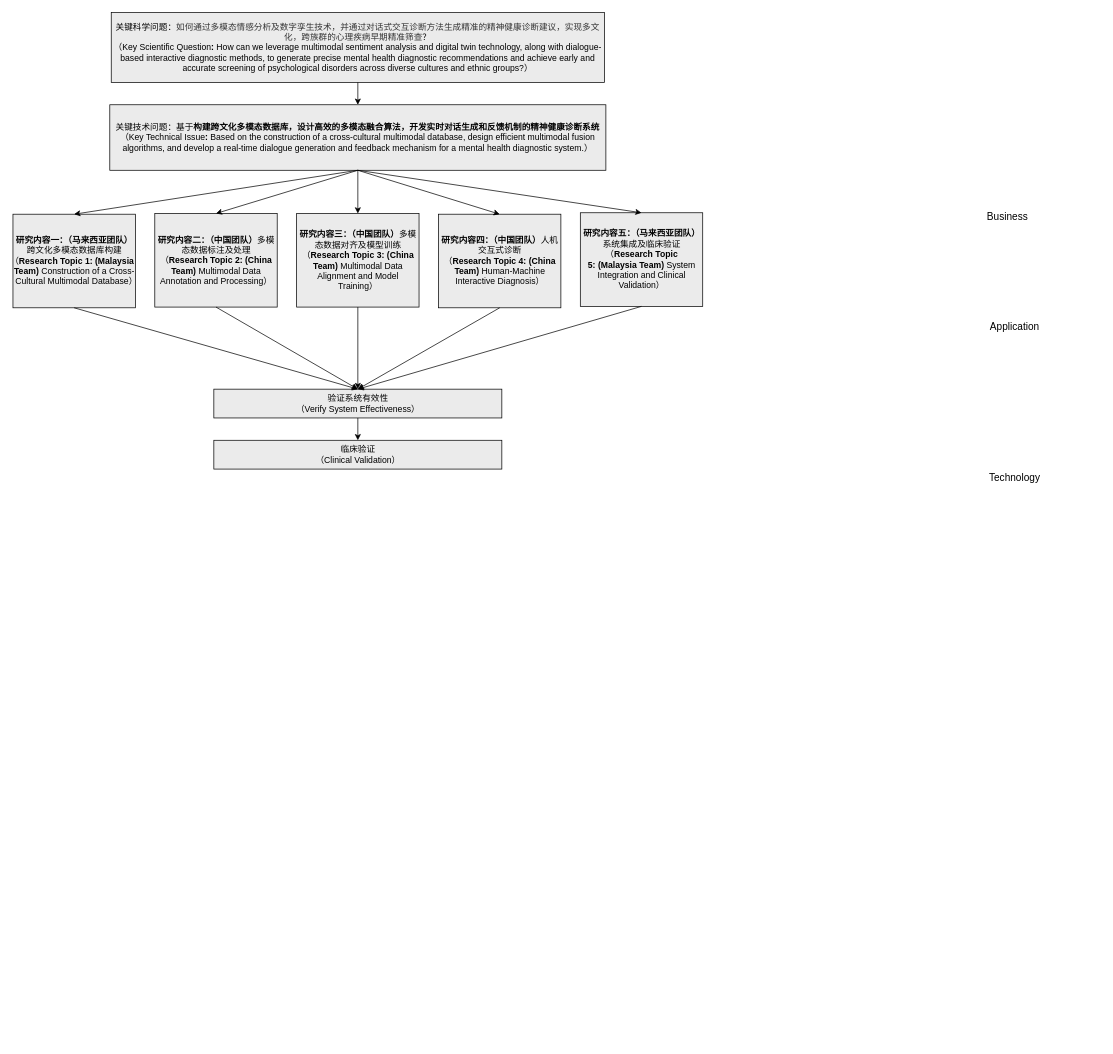
Before: Untitled Diagram.drawio in Kirito12580/Liu, a draw.io diagram. Source tidied: cells renumbered, new cells numbered last; positions are measured from the earlier drawing's top-left corner, leaving out a move shared by most shapes. Both pictures are drawn from the tidied source at 72%, with x=0, y=0 at pixel (13, 12).
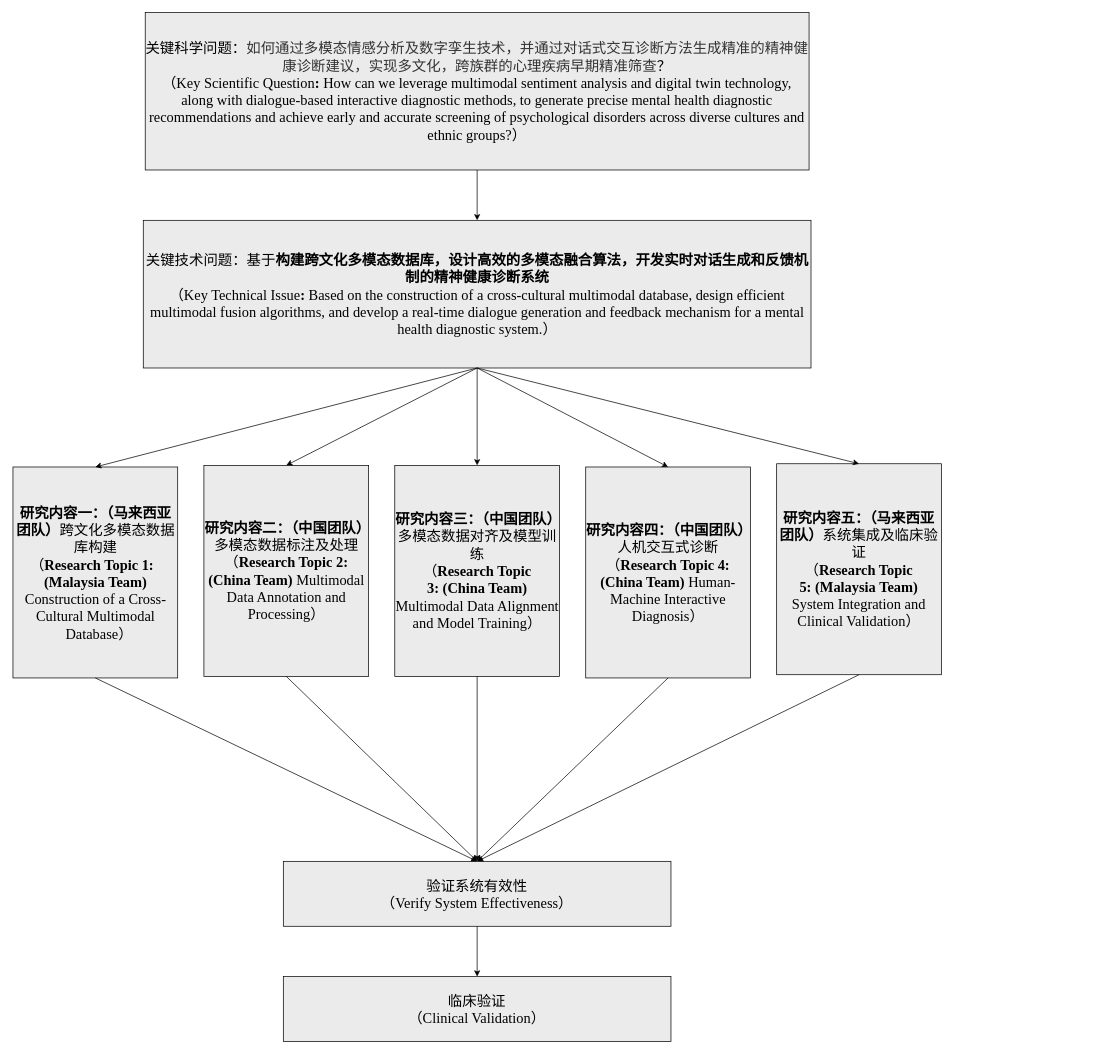
The same page after the edit.

The edit, as a diff of the source:
```diff
@@
-    <mxCell id="2" value="Technology" style="text;html=1;strokeColor=none;fillColor=none;align=center;verticalAlign=middle;whiteSpace=wrap;fontSize=14;" parent="1" vertex="1">
-      <mxGeometry x="1271" y="636" width="240" height="20" as="geometry" />
-    </mxCell>
-    <mxCell id="3" value="Application" style="text;html=1;strokeColor=none;fillColor=none;align=center;verticalAlign=middle;whiteSpace=wrap;fontSize=14;" parent="1" vertex="1">
-      <mxGeometry x="1271" y="426" width="240" height="20" as="geometry" />
-    </mxCell>
-    <mxCell id="4" value="Business" style="text;html=1;strokeColor=none;fillColor=none;align=center;verticalAlign=middle;whiteSpace=wrap;fontSize=14;" parent="1" vertex="1">
-      <mxGeometry x="1261" y="274" width="240" height="20" as="geometry" />
-    </mxCell>
+    <mxCell id="26" style="group;" parent="1" vertex="1">
+      <mxGeometry x="-0.5" width="1289.5" height="1429" as="geometry" />
+    </mxCell>
-    <mxCell id="5" value="关键科学问题：&lt;span style=&quot;color: rgb(51, 51, 51); letter-spacing: 0pt; text-align: justify; text-indent: 2em;&quot;&gt;&lt;font face=&quot;Helvetica&quot; style=&quot;font-size: 12px;&quot;&gt;如何通过多模态情感分析及数字孪生技术，并通过对话式交互诊断方法生成精准的精神健康诊断建议，实现多文化，跨族群的心理疾病早期精准筛查&lt;/font&gt;&lt;/span&gt;&lt;span style=&quot;background-color: initial;&quot;&gt;？&lt;/span&gt;&lt;div style=&quot;font-size: medium; text-align: start;&quot;&gt;&lt;/div&gt;&lt;div&gt;（Key Scientific Question&lt;strong&gt;:&lt;/strong&gt; How can we leverage multimodal sentiment analysis and digital twin technology, along with dialogue-based interactive diagnostic methods, to generate precise mental health diagnostic recommendations and achieve early and accurate screening of psychological disorders across diverse cultures and ethnic groups?）&lt;span style=&quot;background-color: initial;&quot;&gt;&lt;/span&gt;&lt;/div&gt;" style="html=1;outlineConnect=0;whiteSpace=wrap;fillColor=#EBEBEB;shape=mxgraph.archimate3.application;appType=generic;archiType=square;" parent="1" vertex="1">
-      <mxGeometry x="136" width="685" height="97" as="geometry" />
+    <mxCell id="5" value="&lt;font face=&quot;Times New Roman&quot; style=&quot;font-size: 20px;&quot;&gt;关键科学问题：&lt;span style=&quot;color: rgb(51, 51, 51); letter-spacing: 0pt; text-align: justify; text-indent: 2em;&quot;&gt;如何通过多模态情感分析及数字孪生技术，并通过对话式交互诊断方法生成精准的精神健康诊断建议，实现多文化，跨族群的心理疾病早期精准筛查&lt;/span&gt;&lt;span style=&quot;background-color: initial;&quot;&gt;？&lt;/span&gt;&lt;/font&gt;&lt;div style=&quot;text-align: start;&quot;&gt;&lt;/div&gt;&lt;div&gt;&lt;font face=&quot;Times New Roman&quot; style=&quot;font-size: 20px;&quot;&gt;（Key Scientific Question&lt;strong style=&quot;&quot;&gt;:&lt;/strong&gt; How can we leverage multimodal sentiment analysis and digital twin technology, along with dialogue-based interactive diagnostic methods, to generate precise mental health diagnostic recommendations and achieve early and accurate screening of psychological disorders across diverse cultures and ethnic groups?）&lt;/font&gt;&lt;span style=&quot;background-color: initial;&quot;&gt;&lt;/span&gt;&lt;/div&gt;" style="html=1;outlineConnect=0;whiteSpace=wrap;fillColor=#EBEBEB;shape=mxgraph.archimate3.application;appType=generic;archiType=square;" parent="26" vertex="1">
+      <mxGeometry x="183.7" width="922" height="218.6" as="geometry" />
     </mxCell>
-    <mxCell id="6" value="关键技术问题：基于&lt;b&gt;构建跨文化多模态数据库，&lt;/b&gt;&lt;b&gt;设计高效的多模态融合算法，开发实时对话生成和反馈机制的精神健康诊断系统&lt;/b&gt;&lt;div&gt;（&lt;span style=&quot;background-color: initial;&quot;&gt;Key Technical Issue&lt;/span&gt;&lt;strong style=&quot;background-color: initial;&quot;&gt;:&lt;/strong&gt;&lt;span style=&quot;background-color: initial;&quot;&gt;&amp;nbsp;Based on the construction of a cross-cultural multimodal database, design efficient multimodal fusion algorithms, and develop a real-time dialogue generation and feedback mechanism for a mental health diagnostic system.&lt;/span&gt;&lt;span style=&quot;background-color: initial;&quot;&gt;）&lt;/span&gt;&lt;/div&gt;" style="html=1;outlineConnect=0;whiteSpace=wrap;fillColor=#EBEBEB;shape=mxgraph.archimate3.application;appType=generic;archiType=square;" parent="1" vertex="1">
-      <mxGeometry x="134" y="128" width="689" height="91" as="geometry" />
+    <mxCell id="6" value="&lt;font face=&quot;Times New Roman&quot; style=&quot;font-size: 20px;&quot;&gt;关键技术问题：基于&lt;b style=&quot;&quot;&gt;构建跨文化多模态数据库，&lt;/b&gt;&lt;b style=&quot;&quot;&gt;设计高效的多模态融合算法，开发实时对话生成和反馈机制的精神健康诊断系统&lt;/b&gt;&lt;/font&gt;&lt;div&gt;&lt;font face=&quot;Times New Roman&quot; style=&quot;font-size: 20px;&quot;&gt;（&lt;span style=&quot;background-color: initial;&quot;&gt;Key Technical Issue&lt;/span&gt;&lt;strong style=&quot;background-color: initial;&quot;&gt;:&lt;/strong&gt;&lt;span style=&quot;background-color: initial;&quot;&gt;&amp;nbsp;Based on the construction of a cross-cultural multimodal database, design efficient multimodal fusion algorithms, and develop a real-time dialogue generation and feedback mechanism for a mental health diagnostic system.&lt;/span&gt;&lt;span style=&quot;background-color: initial;&quot;&gt;）&lt;/span&gt;&lt;/font&gt;&lt;/div&gt;" style="html=1;outlineConnect=0;whiteSpace=wrap;fillColor=#EBEBEB;shape=mxgraph.archimate3.application;appType=generic;archiType=square;" parent="26" vertex="1">
+      <mxGeometry x="181" y="288.5" width="927.4" height="205.1" as="geometry" />
     </mxCell>
-    <mxCell id="7" value="&lt;b&gt;研究内容二：（中国团队）&lt;/b&gt;多模态数据标注及处理&lt;div&gt;（&lt;b&gt;Research Topic 2: (China Team)&lt;/b&gt; Multimodal Data Annotation and Processing）&lt;/div&gt;" style="html=1;outlineConnect=0;whiteSpace=wrap;fillColor=#EBEBEB;shape=mxgraph.archimate3.application;appType=generic;archiType=square;" parent="1" vertex="1">
-      <mxGeometry x="196.5" y="279" width="170" height="130" as="geometry" />
+    <mxCell id="7" value="&lt;font face=&quot;Times New Roman&quot; style=&quot;font-size: 20px;&quot;&gt;&lt;b style=&quot;&quot;&gt;研究内容二：（中国团队）&lt;/b&gt;多模态数据标注及处理&lt;/font&gt;&lt;div&gt;&lt;font face=&quot;Times New Roman&quot; style=&quot;font-size: 20px;&quot;&gt;（&lt;b style=&quot;&quot;&gt;Research Topic 2: (China Team)&lt;/b&gt; Multimodal Data Annotation and Processing）&lt;/font&gt;&lt;/div&gt;" style="html=1;outlineConnect=0;whiteSpace=wrap;fillColor=#EBEBEB;shape=mxgraph.archimate3.application;appType=generic;archiType=square;" parent="26" vertex="1">
+      <mxGeometry x="265.2" y="628.9" width="228.8" height="293" as="geometry" />
     </mxCell>
-    <mxCell id="8" value="&lt;b&gt;研究内容三：（中国团队）&lt;/b&gt;多模态数据对齐及模型训练（&lt;strong style=&quot;background-color: initial;&quot;&gt;Research Topic 3:&lt;/strong&gt;&lt;span style=&quot;background-color: initial;&quot;&gt;&lt;b&gt;&amp;nbsp;(China Team) &lt;/b&gt;Multimodal Data Alignment and Model Training&lt;/span&gt;&lt;span style=&quot;background-color: initial;&quot;&gt;）&lt;/span&gt;" style="html=1;outlineConnect=0;whiteSpace=wrap;fillColor=#EBEBEB;shape=mxgraph.archimate3.application;appType=generic;archiType=square;" parent="1" vertex="1">
-      <mxGeometry x="393.5" y="279" width="170" height="130" as="geometry" />
+    <mxCell id="8" value="&lt;font face=&quot;Times New Roman&quot; style=&quot;font-size: 20px;&quot;&gt;&lt;b style=&quot;&quot;&gt;研究内容三：（中国团队）&lt;/b&gt;多模态数据对齐及模型训练&lt;/font&gt;&lt;div&gt;&lt;font face=&quot;Times New Roman&quot; style=&quot;font-size: 20px;&quot;&gt;（&lt;strong style=&quot;background-color: initial;&quot;&gt;Research Topic 3:&lt;/strong&gt;&lt;span style=&quot;background-color: initial;&quot;&gt;&lt;b&gt;&amp;nbsp;(China Team) &lt;/b&gt;Multimodal Data Alignment and Model Training&lt;/span&gt;&lt;span style=&quot;background-color: initial;&quot;&gt;）&lt;/span&gt;&lt;/font&gt;&lt;/div&gt;" style="html=1;outlineConnect=0;whiteSpace=wrap;fillColor=#EBEBEB;shape=mxgraph.archimate3.application;appType=generic;archiType=square;" parent="26" vertex="1">
+      <mxGeometry x="530.3" y="628.9" width="228.8" height="293" as="geometry" />
     </mxCell>
-    <mxCell id="9" value="&lt;b&gt;研究内容四：（中国团队）&lt;/b&gt;人机交互式诊断&lt;div&gt;（&lt;b&gt;Research Topic 4: (China Team)&lt;/b&gt; Human-Machine Interactive Diagnosis）&lt;/div&gt;" style="html=1;outlineConnect=0;whiteSpace=wrap;fillColor=#EBEBEB;shape=mxgraph.archimate3.application;appType=generic;archiType=square;" parent="1" vertex="1">
-      <mxGeometry x="590.5" y="280" width="170" height="130" as="geometry" />
+    <mxCell id="9" value="&lt;font face=&quot;Times New Roman&quot; style=&quot;font-size: 20px;&quot;&gt;&lt;b style=&quot;&quot;&gt;研究内容四：（中国团队）&lt;/b&gt;人机交互式诊断&lt;/font&gt;&lt;div&gt;&lt;font style=&quot;&quot; face=&quot;Times New Roman&quot;&gt;&lt;font style=&quot;font-size: 20px;&quot;&gt;（&lt;b style=&quot;&quot;&gt;Research Topic 4: (China Team)&lt;/b&gt; Human-Machine Interactive Diagnosis）&lt;/font&gt;&lt;/font&gt;&lt;/div&gt;" style="html=1;outlineConnect=0;whiteSpace=wrap;fillColor=#EBEBEB;shape=mxgraph.archimate3.application;appType=generic;archiType=square;" parent="26" vertex="1">
+      <mxGeometry x="795.5" y="631.1" width="228.8" height="293" as="geometry" />
     </mxCell>
-    <mxCell id="10" value="&lt;b&gt;研究内容一：（马来西亚团队）&lt;/b&gt;跨文化多模态数据库构建&lt;div&gt;&lt;span style=&quot;color: rgba(0, 0, 0, 0); font-family: monospace; font-size: 0px; text-align: start; text-wrap-mode: nowrap;&quot;&gt;（（（(&lt;/span&gt;&lt;span style=&quot;background-color: initial;&quot;&gt;（&lt;/span&gt;&lt;strong style=&quot;background-color: initial;&quot;&gt;Research Topic 1:&lt;/strong&gt;&lt;span style=&quot;background-color: initial;&quot;&gt; &lt;b&gt;(Malaysia Team)&lt;/b&gt; Construction of a Cross-Cultural Multimodal Database）&lt;/span&gt;&lt;span style=&quot;color: rgba(0, 0, 0, 0); font-family: monospace; font-size: 0px; text-align: start; text-wrap-mode: nowrap; background-color: initial;&quot;&gt;）&lt;/span&gt;&lt;/div&gt;" style="html=1;outlineConnect=0;whiteSpace=wrap;fillColor=#EBEBEB;shape=mxgraph.archimate3.application;appType=generic;archiType=square;" parent="1" vertex="1">
-      <mxGeometry x="-0.5" y="280" width="170" height="130" as="geometry" />
+    <mxCell id="10" value="&lt;font style=&quot;&quot; face=&quot;Times New Roman&quot;&gt;&lt;font style=&quot;font-size: 20px;&quot;&gt;&lt;b style=&quot;&quot;&gt;研究内容一：（马来西亚团队）&lt;/b&gt;跨文化多模态数据库构建&lt;/font&gt;&lt;/font&gt;&lt;div&gt;&lt;font style=&quot;&quot; face=&quot;Times New Roman&quot;&gt;&lt;span style=&quot;font-size: 0px; color: rgba(0, 0, 0, 0); text-align: start; text-wrap-mode: nowrap;&quot;&gt;（（（(&lt;/span&gt;&lt;font style=&quot;font-size: 20px;&quot;&gt;&lt;span style=&quot;background-color: initial;&quot;&gt;（&lt;/span&gt;&lt;strong style=&quot;background-color: initial;&quot;&gt;Research Topic 1:&lt;/strong&gt;&lt;span style=&quot;background-color: initial;&quot;&gt; &lt;b style=&quot;&quot;&gt;(Malaysia Team)&lt;/b&gt; Construction of a Cross-Cultural Multimodal Database）&lt;/span&gt;&lt;/font&gt;&lt;span style=&quot;font-size: 0px; color: rgba(0, 0, 0, 0); text-align: start; text-wrap-mode: nowrap; background-color: initial;&quot;&gt;）&lt;/span&gt;&lt;/font&gt;&lt;/div&gt;" style="html=1;outlineConnect=0;whiteSpace=wrap;fillColor=#EBEBEB;shape=mxgraph.archimate3.application;appType=generic;archiType=square;" parent="26" vertex="1">
+      <mxGeometry y="631.1" width="228.8" height="293" as="geometry" />
     </mxCell>
-    <mxCell id="11" value="&lt;b&gt;研究内容五：（马来西亚团队）&lt;/b&gt;系统集成及临床验证（&lt;strong style=&quot;background-color: initial;&quot;&gt;Research Topic 5:&lt;/strong&gt;&lt;span style=&quot;background-color: initial;&quot;&gt;&lt;b&gt;&amp;nbsp;(Malaysia Team)&lt;/b&gt; System Integration and Clinical Validation&lt;/span&gt;&lt;span style=&quot;background-color: initial;&quot;&gt;）&lt;/span&gt;" style="html=1;outlineConnect=0;whiteSpace=wrap;fillColor=#EBEBEB;shape=mxgraph.archimate3.application;appType=generic;archiType=square;" parent="1" vertex="1">
-      <mxGeometry x="787.5" y="278" width="170" height="130" as="geometry" />
+    <mxCell id="11" value="&lt;font style=&quot;&quot; face=&quot;Times New Roman&quot;&gt;&lt;font style=&quot;font-size: 20px;&quot;&gt;&lt;font style=&quot;&quot;&gt;&lt;b style=&quot;&quot;&gt;研究内容五：（马来西亚团队）&lt;/b&gt;系统集成及临床验证&lt;/font&gt;&lt;/font&gt;&lt;/font&gt;&lt;div&gt;&lt;font style=&quot;&quot; face=&quot;Times New Roman&quot;&gt;&lt;font style=&quot;font-size: 20px;&quot;&gt;&lt;font style=&quot;&quot;&gt;（&lt;/font&gt;&lt;font style=&quot;&quot;&gt;&lt;strong style=&quot;background-color: initial;&quot;&gt;Research Topic 5:&lt;/strong&gt;&lt;span style=&quot;background-color: initial;&quot;&gt;&lt;b&gt;&amp;nbsp;(Malaysia Team)&lt;/b&gt; System Integration and Clinical Validation&lt;/span&gt;&lt;span style=&quot;background-color: initial;&quot;&gt;）&lt;/span&gt;&lt;/font&gt;&lt;/font&gt;&lt;/font&gt;&lt;/div&gt;" style="html=1;outlineConnect=0;whiteSpace=wrap;fillColor=#EBEBEB;shape=mxgraph.archimate3.application;appType=generic;archiType=square;" parent="26" vertex="1">
+      <mxGeometry x="1060.7" y="626.6" width="228.8" height="293" as="geometry" />
     </mxCell>
-    <mxCell id="12" value="验证系统有效性&lt;div&gt;（Verify System Effectiveness）&lt;/div&gt;" style="html=1;outlineConnect=0;whiteSpace=wrap;fillColor=#EBEBEB;shape=mxgraph.archimate3.application;appType=generic;archiType=square;" parent="1" vertex="1">
-      <mxGeometry x="278.5" y="523" width="400" height="40" as="geometry" />
+    <mxCell id="12" value="&lt;font face=&quot;Times New Roman&quot; style=&quot;font-size: 20px;&quot;&gt;验证系统有效性&lt;/font&gt;&lt;div&gt;&lt;font face=&quot;Times New Roman&quot; style=&quot;font-size: 20px;&quot;&gt;（Verify System Effectiveness）&lt;/font&gt;&lt;/div&gt;" style="html=1;outlineConnect=0;whiteSpace=wrap;fillColor=#EBEBEB;shape=mxgraph.archimate3.application;appType=generic;archiType=square;" parent="26" vertex="1">
+      <mxGeometry x="375.5" y="1178.8" width="538.4" height="90.2" as="geometry" />
     </mxCell>
-    <mxCell id="13" value="临床验证&lt;div&gt;（Clinical Validation）&lt;/div&gt;" style="html=1;outlineConnect=0;whiteSpace=wrap;fillColor=#EBEBEB;shape=mxgraph.archimate3.application;appType=generic;archiType=square;" parent="1" vertex="1">
-      <mxGeometry x="278.5" y="594" width="400" height="40" as="geometry" />
+    <mxCell id="13" value="&lt;font face=&quot;Times New Roman&quot; style=&quot;font-size: 20px;&quot;&gt;临床验证&lt;/font&gt;&lt;div&gt;&lt;font face=&quot;Times New Roman&quot; style=&quot;font-size: 20px;&quot;&gt;（Clinical Validation）&lt;/font&gt;&lt;/div&gt;" style="html=1;outlineConnect=0;whiteSpace=wrap;fillColor=#EBEBEB;shape=mxgraph.archimate3.application;appType=generic;archiType=square;" parent="26" vertex="1">
+      <mxGeometry x="375.5" y="1338.8" width="538.4" height="90.2" as="geometry" />
     </mxCell>
-    <mxCell id="14" style="edgeStyle=orthogonalEdgeStyle;rounded=0;jettySize=auto;html=1;exitX=0.5;exitY=1;exitDx=0;exitDy=0;exitPerimeter=0;entryX=0.5;entryY=0;entryDx=0;entryDy=0;entryPerimeter=0;" parent="1" edge="1" source="5" target="6">
+    <mxCell id="14" style="edgeStyle=orthogonalEdgeStyle;rounded=0;jettySize=auto;html=1;exitX=0.5;exitY=1;exitDx=0;exitDy=0;exitPerimeter=0;entryX=0.5;entryY=0;entryDx=0;entryDy=0;entryPerimeter=0;" parent="26" edge="1" source="5" target="6">
       <mxGeometry relative="1" as="geometry" />
     </mxCell>
-    <mxCell id="15" style="rounded=0;jettySize=auto;html=1;exitX=0.5;exitY=1;exitDx=0;exitDy=0;exitPerimeter=0;entryX=0.5;entryY=0;entryDx=0;entryDy=0;entryPerimeter=0;" parent="1" edge="1" source="6" target="7">
+    <mxCell id="15" style="rounded=0;jettySize=auto;html=1;exitX=0.5;exitY=1;exitDx=0;exitDy=0;exitPerimeter=0;entryX=0.5;entryY=0;entryDx=0;entryDy=0;entryPerimeter=0;" parent="26" edge="1" source="6" target="7">
       <mxGeometry relative="1" as="geometry" />
     </mxCell>
-    <mxCell id="16" style="rounded=0;jettySize=auto;html=1;exitX=0.5;exitY=1;exitDx=0;exitDy=0;exitPerimeter=0;entryX=0.5;entryY=0;entryDx=0;entryDy=0;entryPerimeter=0;edgeStyle=orthogonalEdgeStyle;" parent="1" edge="1" source="6" target="8">
+    <mxCell id="16" style="rounded=0;jettySize=auto;html=1;exitX=0.5;exitY=1;exitDx=0;exitDy=0;exitPerimeter=0;entryX=0.5;entryY=0;entryDx=0;entryDy=0;entryPerimeter=0;edgeStyle=orthogonalEdgeStyle;" parent="26" edge="1" source="6" target="8">
       <mxGeometry relative="1" as="geometry" />
     </mxCell>
-    <mxCell id="17" style="rounded=0;jettySize=auto;html=1;exitX=0.5;exitY=1;exitDx=0;exitDy=0;exitPerimeter=0;entryX=0.5;entryY=0;entryDx=0;entryDy=0;entryPerimeter=0;" parent="1" edge="1" source="6" target="9">
+    <mxCell id="17" style="rounded=0;jettySize=auto;html=1;exitX=0.5;exitY=1;exitDx=0;exitDy=0;exitPerimeter=0;entryX=0.5;entryY=0;entryDx=0;entryDy=0;entryPerimeter=0;" parent="26" edge="1" source="6" target="9">
       <mxGeometry relative="1" as="geometry" />
     </mxCell>
-    <mxCell id="18" style="rounded=0;jettySize=auto;html=1;exitX=0.5;exitY=1;exitDx=0;exitDy=0;exitPerimeter=0;entryX=0.5;entryY=0;entryDx=0;entryDy=0;entryPerimeter=0;" parent="1" edge="1" source="6" target="10">
+    <mxCell id="18" style="rounded=0;jettySize=auto;html=1;exitX=0.5;exitY=1;exitDx=0;exitDy=0;exitPerimeter=0;entryX=0.5;entryY=0;entryDx=0;entryDy=0;entryPerimeter=0;" parent="26" edge="1" source="6" target="10">
       <mxGeometry relative="1" as="geometry" />
     </mxCell>
-    <mxCell id="19" style="rounded=0;jettySize=auto;html=1;exitX=0.5;exitY=1;exitDx=0;exitDy=0;exitPerimeter=0;entryX=0.5;entryY=0;entryDx=0;entryDy=0;entryPerimeter=0;" parent="1" edge="1" source="6" target="11">
+    <mxCell id="19" style="rounded=0;jettySize=auto;html=1;exitX=0.5;exitY=1;exitDx=0;exitDy=0;exitPerimeter=0;entryX=0.5;entryY=0;entryDx=0;entryDy=0;entryPerimeter=0;" parent="26" edge="1" source="6" target="11">
       <mxGeometry relative="1" as="geometry" />
     </mxCell>
-    <mxCell id="20" style="edgeStyle=orthogonalEdgeStyle;rounded=0;jettySize=auto;html=1;exitX=0.5;exitY=1;exitDx=0;exitDy=0;exitPerimeter=0;entryX=0.5;entryY=0;entryDx=0;entryDy=0;entryPerimeter=0;" parent="1" edge="1" source="12" target="13">
+    <mxCell id="20" style="edgeStyle=orthogonalEdgeStyle;rounded=0;jettySize=auto;html=1;exitX=0.5;exitY=1;exitDx=0;exitDy=0;exitPerimeter=0;entryX=0.5;entryY=0;entryDx=0;entryDy=0;entryPerimeter=0;" parent="26" edge="1" source="12" target="13">
       <mxGeometry relative="1" as="geometry" />
     </mxCell>
-    <mxCell id="21" style="rounded=0;jettySize=auto;html=1;exitX=0.5;exitY=1;exitDx=0;exitDy=0;exitPerimeter=0;entryX=0.5;entryY=0;entryDx=0;entryDy=0;entryPerimeter=0;" parent="1" edge="1" source="7" target="12">
+    <mxCell id="21" style="rounded=0;jettySize=auto;html=1;exitX=0.5;exitY=1;exitDx=0;exitDy=0;exitPerimeter=0;entryX=0.5;entryY=0;entryDx=0;entryDy=0;entryPerimeter=0;" parent="26" edge="1" source="7" target="12">
       <mxGeometry relative="1" as="geometry" />
     </mxCell>
-    <mxCell id="22" style="rounded=0;jettySize=auto;html=1;exitX=0.5;exitY=1;exitDx=0;exitDy=0;exitPerimeter=0;entryX=0.5;entryY=0;entryDx=0;entryDy=0;entryPerimeter=0;edgeStyle=orthogonalEdgeStyle;" parent="1" edge="1" source="8" target="12">
+    <mxCell id="22" style="rounded=0;jettySize=auto;html=1;exitX=0.5;exitY=1;exitDx=0;exitDy=0;exitPerimeter=0;entryX=0.5;entryY=0;entryDx=0;entryDy=0;entryPerimeter=0;edgeStyle=orthogonalEdgeStyle;" parent="26" edge="1" source="8" target="12">
       <mxGeometry relative="1" as="geometry" />
     </mxCell>
-    <mxCell id="23" style="rounded=0;jettySize=auto;html=1;exitX=0.5;exitY=1;exitDx=0;exitDy=0;exitPerimeter=0;entryX=0.5;entryY=0;entryDx=0;entryDy=0;entryPerimeter=0;" parent="1" edge="1" source="9" target="12">
+    <mxCell id="23" style="rounded=0;jettySize=auto;html=1;exitX=0.5;exitY=1;exitDx=0;exitDy=0;exitPerimeter=0;entryX=0.5;entryY=0;entryDx=0;entryDy=0;entryPerimeter=0;" parent="26" edge="1" source="9" target="12">
       <mxGeometry relative="1" as="geometry" />
     </mxCell>
-    <mxCell id="24" style="rounded=0;jettySize=auto;html=1;exitX=0.5;exitY=1;exitDx=0;exitDy=0;exitPerimeter=0;entryX=0.5;entryY=0;entryDx=0;entryDy=0;entryPerimeter=0;" parent="1" edge="1" source="10" target="12">
+    <mxCell id="24" style="rounded=0;jettySize=auto;html=1;exitX=0.5;exitY=1;exitDx=0;exitDy=0;exitPerimeter=0;entryX=0.5;entryY=0;entryDx=0;entryDy=0;entryPerimeter=0;" parent="26" edge="1" source="10" target="12">
       <mxGeometry relative="1" as="geometry" />
     </mxCell>
-    <mxCell id="25" style="rounded=0;jettySize=auto;html=1;exitX=0.5;exitY=1;exitDx=0;exitDy=0;exitPerimeter=0;entryX=0.5;entryY=0;entryDx=0;entryDy=0;entryPerimeter=0;" parent="1" edge="1" source="11" target="12">
+    <mxCell id="25" style="rounded=0;jettySize=auto;html=1;exitX=0.5;exitY=1;exitDx=0;exitDy=0;exitPerimeter=0;entryX=0.5;entryY=0;entryDx=0;entryDy=0;entryPerimeter=0;" parent="26" edge="1" source="11" target="12">
       <mxGeometry relative="1" as="geometry" />
     </mxCell>
```
